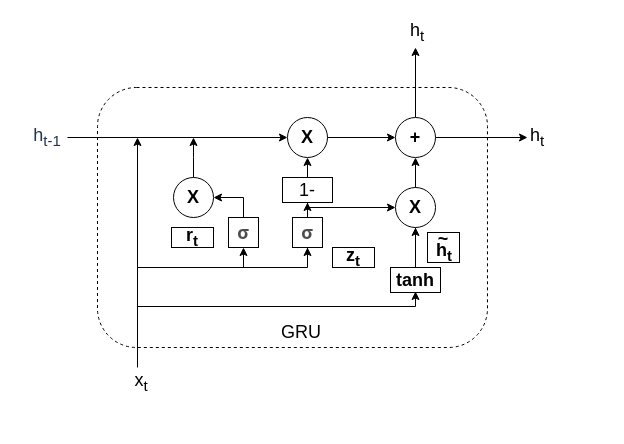
This is 未命名绘图.drawio from huapigudemilu/engineeringsoftware, a draw.io file, before an edit. Source tidied: cells renumbered, new cells numbered last; positions are measured from the earlier drawing's top-left corner, leaving out a move shared by most shapes. Both pictures are drawn from the tidied source at 100%, with x=0, y=0 at pixel (17, 17).
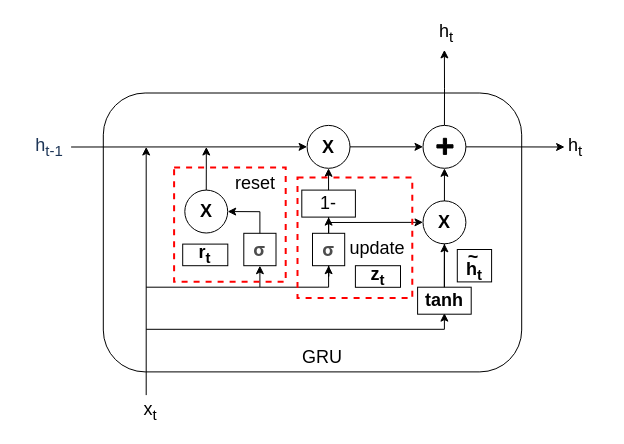
After the change.

Commit message (it also covers changes not shown here):
更新未命名绘图.drawio

The edit, as a diff of the source:
```diff
@@
-    <mxCell id="2" style="rounded=1;whiteSpace=wrap;html=1;dashed=1;labelBackgroundColor=none;" parent="1" vertex="1">
-      <mxGeometry x="80" y="70" width="390" height="260" as="geometry" />
+    <mxCell id="2" style="rounded=1;whiteSpace=wrap;html=1;labelBackgroundColor=none;" parent="1" vertex="1">
+      <mxGeometry x="85.8" y="75.5" width="418.4" height="278.9" as="geometry" />
     </mxCell>
     <mxCell id="3" style="endArrow=classic;html=1;rounded=0;labelBackgroundColor=none;fontColor=default;" parent="1" edge="1" source="8">
       <mxGeometry relative="1" as="geometry">
-        <mxPoint x="510" y="120" as="targetPoint" />
+        <mxPoint x="547.1" y="129.5" as="targetPoint" />
       </mxGeometry>
     </mxCell>
     <mxCell id="4" style="endArrow=classic;html=1;rounded=0;labelBackgroundColor=none;fontColor=default;" parent="1" edge="1" target="5">
       <mxGeometry relative="1" as="geometry">
-        <mxPoint x="50" y="120" as="sourcePoint" />
+        <mxPoint x="53.6" y="129.5" as="sourcePoint" />
       </mxGeometry>
     </mxCell>
     <mxCell id="5" style="ellipse;whiteSpace=wrap;html=1;labelBackgroundColor=none;" parent="1" vertex="1">
-      <mxGeometry x="270" y="100" width="40" height="40" as="geometry" />
+      <mxGeometry x="289.6" y="107.9" width="42.9" height="42.9" as="geometry" />
     </mxCell>
@@
     <mxCell id="7" style="edgeStyle=orthogonalEdgeStyle;rounded=0;jettySize=auto;html=1;exitX=0.5;exitY=0;exitDx=0;exitDy=0;labelBackgroundColor=none;fontColor=default;" parent="1" edge="1" source="8">
       <mxGeometry relative="1" as="geometry">
-        <mxPoint x="398" y="30" as="targetPoint" />
+        <mxPoint x="426.9" y="32.4" as="targetPoint" />
       </mxGeometry>
     </mxCell>
     <mxCell id="8" style="ellipse;whiteSpace=wrap;html=1;labelBackgroundColor=none;" parent="1" vertex="1">
-      <mxGeometry x="378" y="100" width="40" height="40" as="geometry" />
+      <mxGeometry x="405.5" y="107.9" width="42.9" height="42.9" as="geometry" />
     </mxCell>
     <mxCell id="9" style="endArrow=classic;html=1;rounded=0;labelBackgroundColor=none;fontColor=default;" parent="1" edge="1">
       <mxGeometry relative="1" as="geometry">
-        <mxPoint x="120" y="350" as="sourcePoint" />
-        <mxPoint x="120" y="120" as="targetPoint" />
+        <mxPoint x="128.7" y="377.6" as="sourcePoint" />
+        <mxPoint x="128.7" y="129.5" as="targetPoint" />
       </mxGeometry>
     </mxCell>
     <mxCell id="10" style="endArrow=classic;html=1;rounded=0;entryX=0.5;entryY=1;entryDx=0;entryDy=0;labelBackgroundColor=none;fontColor=default;" parent="1" edge="1" source="17" target="8">
       <mxGeometry relative="1" as="geometry">
         <Array as="points">
-          <mxPoint x="398" y="270" />
+          <mxPoint x="426.9" y="291.3" />
         </Array>
       </mxGeometry>
     </mxCell>
     <mxCell id="11" style="endArrow=classic;html=1;rounded=0;entryX=0.5;entryY=1;entryDx=0;entryDy=0;labelBackgroundColor=none;fontColor=default;" parent="1" edge="1" source="19" target="5">
       <mxGeometry relative="1" as="geometry">
         <Array as="points">
-          <mxPoint x="290" y="240" />
+          <mxPoint x="311.1" y="258.9" />
         </Array>
       </mxGeometry>
     </mxCell>
     <mxCell id="12" style="edgeStyle=orthogonalEdgeStyle;rounded=0;jettySize=auto;html=1;exitX=0.5;exitY=0;exitDx=0;exitDy=0;labelBackgroundColor=none;fontColor=default;" parent="1" edge="1" source="13">
       <mxGeometry relative="1" as="geometry">
-        <mxPoint x="176" y="120" as="targetPoint" />
+        <mxPoint x="188.8" y="129.5" as="targetPoint" />
       </mxGeometry>
     </mxCell>
     <mxCell id="13" style="ellipse;whiteSpace=wrap;html=1;labelBackgroundColor=none;" parent="1" vertex="1">
-      <mxGeometry x="156" y="160" width="40" height="40" as="geometry" />
+      <mxGeometry x="167.3" y="172.6" width="42.9" height="42.9" as="geometry" />
     </mxCell>
     <mxCell id="14" style="endArrow=classic;html=1;rounded=0;entryX=1;entryY=0.5;entryDx=0;entryDy=0;labelBackgroundColor=none;fontColor=default;" parent="1" edge="1" source="22" target="13">
       <mxGeometry relative="1" as="geometry">
         <Array as="points">
-          <mxPoint x="226" y="180" />
+          <mxPoint x="242.4" y="194.2" />
         </Array>
       </mxGeometry>
     </mxCell>
     <mxCell id="15" style="endArrow=classic;html=1;rounded=0;entryX=0;entryY=0.5;entryDx=0;entryDy=0;labelBackgroundColor=none;fontColor=default;" parent="1" edge="1" target="17">
       <mxGeometry relative="1" as="geometry">
-        <mxPoint x="290" y="190" as="sourcePoint" />
+        <mxPoint x="311.1" y="205" as="sourcePoint" />
       </mxGeometry>
     </mxCell>
     <mxCell id="16" style="endArrow=classic;html=1;rounded=0;entryX=0.5;entryY=1;entryDx=0;entryDy=0;labelBackgroundColor=none;fontColor=default;" parent="1" edge="1" source="25" target="17">
       <mxGeometry relative="1" as="geometry">
         <Array as="points">
-          <mxPoint x="398" y="270" />
+          <mxPoint x="426.9" y="291.3" />
         </Array>
       </mxGeometry>
     </mxCell>
     <mxCell id="17" style="ellipse;whiteSpace=wrap;html=1;labelBackgroundColor=none;" parent="1" vertex="1">
-      <mxGeometry x="378" y="170" width="40" height="40" as="geometry" />
+      <mxGeometry x="405.5" y="183.4" width="42.9" height="42.9" as="geometry" />
     </mxCell>
     <mxCell id="18" style="endArrow=classic;html=1;rounded=0;entryX=0.5;entryY=1;entryDx=0;entryDy=0;labelBackgroundColor=none;fontColor=default;" parent="1" edge="1" source="21" target="19">
       <mxGeometry relative="1" as="geometry">
         <Array as="points">
-          <mxPoint x="290" y="240" />
+          <mxPoint x="311.1" y="258.9" />
         </Array>
       </mxGeometry>
     </mxCell>
     <mxCell id="19" value="&lt;font style=&quot;font-size: 18px;&quot;&gt;1-&lt;/font&gt;" style="rounded=0;whiteSpace=wrap;html=1;labelBackgroundColor=none;" parent="1" vertex="1">
-      <mxGeometry x="265" y="160" width="50" height="25" as="geometry" />
+      <mxGeometry x="284.3" y="172.6" width="53.6" height="27" as="geometry" />
     </mxCell>
     <mxCell id="20" style="endArrow=classic;html=1;rounded=0;entryX=0.5;entryY=1;entryDx=0;entryDy=0;labelBackgroundColor=none;fontColor=default;" parent="1" edge="1" target="21">
       <mxGeometry relative="1" as="geometry">
-        <mxPoint x="120" y="250" as="sourcePoint" />
+        <mxPoint x="128.7" y="269.7" as="sourcePoint" />
         <Array as="points">
-          <mxPoint x="290" y="250" />
+          <mxPoint x="311.1" y="269.7" />
         </Array>
       </mxGeometry>
     </mxCell>
     <mxCell id="21" value="&lt;span style=&quot;color: rgb(77, 77, 77); font-family: -apple-system, &amp;quot;SF UI Text&amp;quot;, Arial, &amp;quot;PingFang SC&amp;quot;, &amp;quot;Hiragino Sans GB&amp;quot;, &amp;quot;Microsoft YaHei&amp;quot;, &amp;quot;WenQuanYi Micro Hei&amp;quot;, sans-serif; font-variant-ligatures: no-common-ligatures; text-align: start;&quot;&gt;&lt;b style=&quot;&quot;&gt;&lt;font style=&quot;font-size: 18px;&quot;&gt;σ&lt;/font&gt;&lt;/b&gt;&lt;/span&gt;" style="rounded=0;whiteSpace=wrap;html=1;labelBackgroundColor=none;" parent="1" vertex="1">
-      <mxGeometry x="275" y="200" width="30" height="30" as="geometry" />
+      <mxGeometry x="295" y="215.8" width="32.2" height="32.4" as="geometry" />
     </mxCell>
     <mxCell id="22" value="&lt;b style=&quot;color: rgb(77, 77, 77); font-family: -apple-system, &amp;quot;SF UI Text&amp;quot;, Arial, &amp;quot;PingFang SC&amp;quot;, &amp;quot;Hiragino Sans GB&amp;quot;, &amp;quot;Microsoft YaHei&amp;quot;, &amp;quot;WenQuanYi Micro Hei&amp;quot;, sans-serif; font-variant-ligatures: no-common-ligatures; text-align: start;&quot;&gt;&lt;font style=&quot;font-size: 18px;&quot;&gt;σ&lt;/font&gt;&lt;/b&gt;" style="rounded=0;whiteSpace=wrap;html=1;labelBackgroundColor=none;gradientColor=none;fillColor=none;strokeColor=default;" parent="1" vertex="1">
-      <mxGeometry x="211" y="200" width="30" height="30" as="geometry" />
+      <mxGeometry x="226.3" y="215.8" width="32.2" height="32.4" as="geometry" />
     </mxCell>
     <mxCell id="23" style="endArrow=classic;html=1;rounded=0;entryX=0.5;entryY=1;entryDx=0;entryDy=0;labelBackgroundColor=none;fontColor=default;" parent="1" edge="1" target="22">
       <mxGeometry relative="1" as="geometry">
-        <mxPoint x="226" y="250" as="sourcePoint" />
+        <mxPoint x="242.4" y="269.7" as="sourcePoint" />
       </mxGeometry>
     </mxCell>
     <mxCell id="24" style="endArrow=classic;html=1;rounded=0;entryX=0.5;entryY=1;entryDx=0;entryDy=0;labelBackgroundColor=none;fontColor=default;" parent="1" edge="1">
       <mxGeometry relative="1" as="geometry">
-        <mxPoint x="120" y="289" as="sourcePoint" />
-        <mxPoint x="398" y="274" as="targetPoint" />
+        <mxPoint x="128.7" y="311.8" as="sourcePoint" />
+        <mxPoint x="426.9" y="295.6" as="targetPoint" />
         <Array as="points">
-          <mxPoint x="398" y="289" />
+          <mxPoint x="426.9" y="311.8" />
         </Array>
       </mxGeometry>
     </mxCell>
     <mxCell id="25" value="&lt;font style=&quot;font-size: 18px;&quot;&gt;&lt;b&gt;tanh&lt;/b&gt;&lt;/font&gt;" style="rounded=0;whiteSpace=wrap;html=1;labelBackgroundColor=none;" parent="1" vertex="1">
-      <mxGeometry x="373" y="250" width="50" height="25" as="geometry" />
+      <mxGeometry x="400.1" y="269.7" width="53.6" height="27" as="geometry" />
     </mxCell>
     <mxCell id="26" value="&lt;font style=&quot;font-size: 18px;&quot;&gt;&lt;b&gt;X&lt;/b&gt;&lt;/font&gt;" style="text;html=1;align=center;verticalAlign=middle;whiteSpace=wrap;rounded=0;labelBackgroundColor=none;" parent="1" vertex="1">
-      <mxGeometry x="146" y="165" width="60" height="30" as="geometry" />
+      <mxGeometry x="156.6" y="178" width="64.4" height="32.4" as="geometry" />
     </mxCell>
     <mxCell id="27" value="&lt;font style=&quot;font-size: 18px;&quot;&gt;&lt;b&gt;X&lt;/b&gt;&lt;/font&gt;" style="text;html=1;align=center;verticalAlign=middle;whiteSpace=wrap;rounded=0;labelBackgroundColor=none;" parent="1" vertex="1">
-      <mxGeometry x="260" y="105" width="60" height="30" as="geometry" />
+      <mxGeometry x="278.9" y="113.3" width="64.4" height="32.4" as="geometry" />
     </mxCell>
     <mxCell id="28" value="&lt;font style=&quot;font-size: 18px;&quot;&gt;&lt;b&gt;X&lt;/b&gt;&lt;/font&gt;" style="text;html=1;align=center;verticalAlign=middle;whiteSpace=wrap;rounded=0;labelBackgroundColor=none;" parent="1" vertex="1">
-      <mxGeometry x="368" y="175" width="60" height="30" as="geometry" />
+      <mxGeometry x="394.8" y="188.8" width="64.4" height="32.4" as="geometry" />
     </mxCell>
-    <mxCell id="29" value="&lt;font style=&quot;font-size: 18px;&quot;&gt;&lt;b style=&quot;&quot;&gt;+&lt;/b&gt;&lt;/font&gt;" style="text;html=1;align=center;verticalAlign=middle;whiteSpace=wrap;rounded=0;labelBackgroundColor=none;" parent="1" vertex="1">
-      <mxGeometry x="368" y="105" width="60" height="30" as="geometry" />
-    </mxCell>
     <mxCell id="30" style="rounded=0;whiteSpace=wrap;html=1;labelBackgroundColor=none;" parent="1" vertex="1">
-      <mxGeometry x="410" y="215" width="32" height="30" as="geometry" />
+      <mxGeometry x="439.8" y="232" width="34.3" height="32.4" as="geometry" />
     </mxCell>
     <mxCell id="31" style="group;labelBackgroundColor=none;" parent="1" vertex="1">
-      <mxGeometry x="395.5" y="207" width="61" height="43" as="geometry" />
+      <mxGeometry x="424.3" y="223.3" width="65.4" height="46.4" as="geometry" />
     </mxCell>
     <mxCell id="32" value="&lt;b style=&quot;font-size: 18px;&quot;&gt;h&lt;sub&gt;t&lt;/sub&gt;&lt;/b&gt;" style="text;html=1;align=center;verticalAlign=middle;whiteSpace=wrap;rounded=0;labelBackgroundColor=none;" parent="31" vertex="1">
-      <mxGeometry x="1" y="13" width="60" height="30" as="geometry" />
+      <mxGeometry x="1.1" y="14" width="64.4" height="32.4" as="geometry" />
     </mxCell>
     <mxCell id="33" value="&lt;font style=&quot;font-size: 18px;&quot;&gt;&lt;b&gt;~&lt;/b&gt;&lt;/font&gt;" style="text;html=1;align=center;verticalAlign=middle;whiteSpace=wrap;rounded=0;labelBackgroundColor=none;" parent="31" vertex="1">
-      <mxGeometry width="60" height="30" as="geometry" />
+      <mxGeometry width="64.4" height="32.4" as="geometry" />
     </mxCell>
     <mxCell id="34" value="&lt;font style=&quot;font-size: 18px;&quot;&gt;z&lt;sub&gt;t&lt;/sub&gt;&lt;/font&gt;" style="rounded=0;whiteSpace=wrap;html=1;fontStyle=1;labelBackgroundColor=none;" parent="1" vertex="1">
-      <mxGeometry x="315" y="230" width="42" height="20" as="geometry" />
+      <mxGeometry x="337.9" y="248.2" width="45.1" height="21.6" as="geometry" />
     </mxCell>
     <mxCell id="35" value="&lt;font style=&quot;font-size: 18px;&quot;&gt;r&lt;sub&gt;t&lt;/sub&gt;&lt;/font&gt;" style="rounded=0;whiteSpace=wrap;html=1;fontStyle=1;labelBackgroundColor=none;" parent="1" vertex="1">
-      <mxGeometry x="154" y="210" width="42" height="20" as="geometry" />
+      <mxGeometry x="165.2" y="226.6" width="45.1" height="21.6" as="geometry" />
     </mxCell>
     <mxCell id="36" value="&lt;font style=&quot;font-size: 18px;&quot;&gt;GRU&lt;/font&gt;" style="text;html=1;align=center;verticalAlign=middle;whiteSpace=wrap;rounded=0;" parent="1" vertex="1">
-      <mxGeometry x="254" y="300" width="60" height="30" as="geometry" />
+      <mxGeometry x="272.5" y="323.7" width="64.4" height="32.4" as="geometry" />
     </mxCell>
     <mxCell id="37" value="&lt;font style=&quot;font-size: 18px;&quot;&gt;h&lt;sub&gt;t-1&lt;/sub&gt;&lt;/font&gt;" style="text;html=1;align=center;verticalAlign=middle;whiteSpace=wrap;rounded=0;fontColor=#1D3557;" parent="1" vertex="1">
-      <mxGeometry y="105" width="60" height="30" as="geometry" />
+      <mxGeometry y="113.3" width="64.4" height="32.4" as="geometry" />
     </mxCell>
     <mxCell id="38" value="&lt;font style=&quot;font-size: 18px;&quot;&gt;h&lt;sub&gt;t&lt;/sub&gt;&lt;/font&gt;" style="text;html=1;align=center;verticalAlign=middle;whiteSpace=wrap;rounded=0;" parent="1" vertex="1">
-      <mxGeometry x="370" width="60" height="30" as="geometry" />
+      <mxGeometry x="396.9" width="64.4" height="32.4" as="geometry" />
     </mxCell>
     <mxCell id="39" value="&lt;font style=&quot;font-size: 18px;&quot;&gt;h&lt;sub&gt;t&lt;/sub&gt;&lt;/font&gt;" style="text;html=1;align=center;verticalAlign=middle;whiteSpace=wrap;rounded=0;" parent="1" vertex="1">
-      <mxGeometry x="490" y="105" width="60" height="30" as="geometry" />
+      <mxGeometry x="525.6" y="113.3" width="64.4" height="32.4" as="geometry" />
     </mxCell>
     <mxCell id="40" value="&lt;span style=&quot;font-size: 18px;&quot;&gt;x&lt;sub&gt;t&lt;/sub&gt;&lt;/span&gt;" style="text;html=1;align=center;verticalAlign=middle;whiteSpace=wrap;rounded=0;" parent="1" vertex="1">
-      <mxGeometry x="94" y="350" width="60" height="30" as="geometry" />
+      <mxGeometry x="100.8" y="377.6" width="64.4" height="32.4" as="geometry" />
     </mxCell>
+    <mxCell id="41" style="shape=cross;whiteSpace=wrap;html=1;fillColor=#000000;" parent="1" vertex="1">
+      <mxGeometry x="419.4" y="120.8" width="16.1" height="16.1" as="geometry" />
+    </mxCell>
+    <mxCell id="42" style="rounded=0;whiteSpace=wrap;html=1;fillColor=none;dashed=1;strokeWidth=2;strokeColor=#FF0000;" parent="1" vertex="1">
+      <mxGeometry x="156.6" y="150" width="111.6" height="114.3" as="geometry" />
+    </mxCell>
+    <mxCell id="43" style="rounded=0;whiteSpace=wrap;html=1;fillColor=none;dashed=1;strokeWidth=2;strokeColor=#FF0000;" parent="1" vertex="1">
+      <mxGeometry x="280" y="160" width="114.8" height="120.5" as="geometry" />
+    </mxCell>
+    <mxCell id="44" value="&lt;font style=&quot;font-size: 18px;&quot;&gt;reset&lt;/font&gt;" style="text;html=1;align=center;verticalAlign=middle;whiteSpace=wrap;rounded=0;" parent="1" vertex="1">
+      <mxGeometry x="208.2" y="150.8" width="60" height="30" as="geometry" />
+    </mxCell>
+    <mxCell id="45" value="&lt;font style=&quot;font-size: 18px;&quot;&gt;update&lt;/font&gt;" style="text;html=1;align=center;verticalAlign=middle;whiteSpace=wrap;rounded=0;" parent="1" vertex="1">
+      <mxGeometry x="330.4" y="215.5" width="60" height="30" as="geometry" />
+    </mxCell>
```
